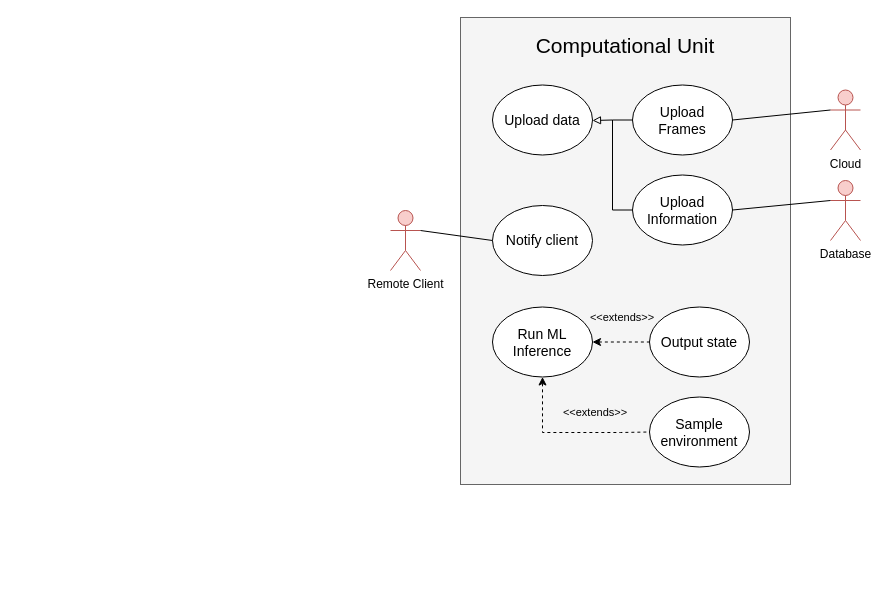
The draw.io diagram 2. Analysis/5. System Analysis/Use Cases/Local/use_cases_local.drawio in esrg-silent-howl/argos, before the edit. Source tidied: cells renumbered, new cells numbered last; positions are measured from the earlier drawing's top-left corner, leaving out a move shared by most shapes. Both pictures are drawn from the tidied source at 100%, with x=0, y=0 at pixel (390, 17).
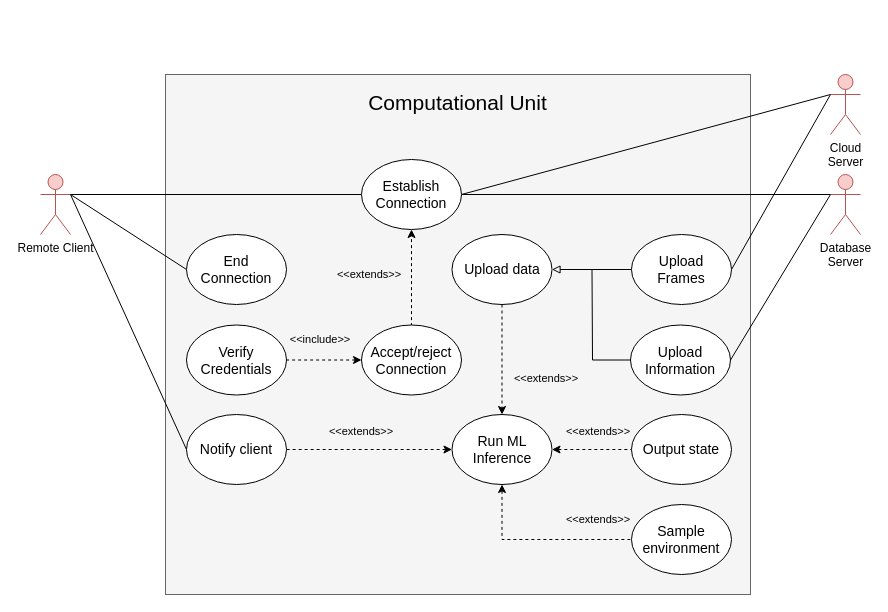
After the change.

Commit message (it also covers changes not shown here):
UPDT: Improvements in the Local System's Use Case Diagram

What changed in the source:
```diff
@@
     <mxCell id="2" value="&lt;span style=&quot;color: rgb(0 , 0 , 0) ; white-space: nowrap&quot;&gt;&lt;font style=&quot;font-size: 21px&quot;&gt;Computational Unit&lt;/font&gt;&lt;/span&gt;" style="rounded=0;whiteSpace=wrap;html=1;fontSize=21;verticalAlign=top;spacingTop=9;fillColor=#f5f5f5;strokeColor=#666666;fontColor=#333333;" parent="1" vertex="1">
-      <mxGeometry x="70" width="330" height="467" as="geometry" />
+      <mxGeometry x="-225" y="57" width="585" height="520" as="geometry" />
     </mxCell>
+    <mxCell id="22" style="rounded=0;jettySize=auto;html=1;exitX=0;exitY=0.3333333333333333;exitDx=0;exitDy=0;exitPerimeter=0;startArrow=none;startFill=0;endArrow=none;endFill=0;entryX=1;entryY=0.5;entryDx=0;entryDy=0;" parent="1" edge="1" source="3" target="31">
+      <mxGeometry relative="1" as="geometry" />
+    </mxCell>
-    <mxCell id="3" value="Cloud" style="shape=umlActor;verticalLabelPosition=bottom;verticalAlign=top;html=1;outlineConnect=0;fillColor=#f8cecc;strokeColor=#b85450;" parent="1" vertex="1">
-      <mxGeometry x="440" y="72.5" width="30" height="60" as="geometry" />
+    <mxCell id="3" value="Cloud&lt;br&gt;Server" style="shape=umlActor;verticalLabelPosition=bottom;verticalAlign=top;html=1;outlineConnect=0;fillColor=#f8cecc;strokeColor=#b85450;" parent="1" vertex="1">
+      <mxGeometry x="440" y="57" width="30" height="60" as="geometry" />
     </mxCell>
+    <mxCell id="23" style="rounded=0;jettySize=auto;html=1;exitX=1;exitY=0.3333333333333333;exitDx=0;exitDy=0;exitPerimeter=0;endArrow=none;endFill=0;entryX=0;entryY=0.5;entryDx=0;entryDy=0;" parent="1" edge="1" source="4" target="31">
+      <mxGeometry relative="1" as="geometry" />
+    </mxCell>
+    <mxCell id="24" style="edgeStyle=none;rounded=0;jettySize=auto;html=1;exitX=1;exitY=0.3333333333333333;exitDx=0;exitDy=0;exitPerimeter=0;endArrow=none;endFill=0;entryX=0;entryY=0.5;entryDx=0;entryDy=0;" parent="1" edge="1" source="4" target="32">
+      <mxGeometry relative="1" as="geometry" />
+    </mxCell>
     <mxCell id="4" value="Remote Client" style="shape=umlActor;verticalLabelPosition=bottom;verticalAlign=top;html=1;outlineConnect=0;fillColor=#f8cecc;strokeColor=#b85450;" parent="1" vertex="1">
-      <mxGeometry y="193" width="30" height="60" as="geometry" />
+      <mxGeometry x="-350" y="157" width="30" height="60" as="geometry" />
     </mxCell>
@@
     <mxCell id="6" value="&amp;lt;&amp;lt;extends&amp;gt;&amp;gt;" style="text;html=1;strokeColor=none;fillColor=none;align=center;verticalAlign=middle;whiteSpace=wrap;rounded=0;fontSize=11;rotation=0;" parent="1" vertex="1">
-      <mxGeometry x="205" y="289.5" width="54" height="20" as="geometry" />
+      <mxGeometry x="180.5" y="403.5" width="54" height="20" as="geometry" />
     </mxCell>
     <mxCell id="7" value="Sample environment" style="ellipse;whiteSpace=wrap;html=1;fontSize=14;" parent="1" vertex="1">
-      <mxGeometry x="259" y="379.5" width="100" height="70" as="geometry" />
+      <mxGeometry x="241" y="487" width="100" height="70" as="geometry" />
     </mxCell>
+    <mxCell id="25" style="edgeStyle=orthogonalEdgeStyle;rounded=0;jettySize=auto;html=1;entryX=0.5;entryY=0;entryDx=0;entryDy=0;dashed=1;" parent="1" edge="1" source="8" target="9">
+      <mxGeometry relative="1" as="geometry" />
+    </mxCell>
     <mxCell id="8" value="Upload data" style="ellipse;whiteSpace=wrap;html=1;fontSize=14;" parent="1" vertex="1">
-      <mxGeometry x="102" y="67.5" width="100" height="70" as="geometry" />
+      <mxGeometry x="61.5" y="217" width="100" height="70" as="geometry" />
     </mxCell>
+    <mxCell id="26" style="edgeStyle=orthogonalEdgeStyle;rounded=0;jettySize=auto;html=1;entryX=1;entryY=0.5;entryDx=0;entryDy=0;dashed=1;startArrow=classic;startFill=1;endArrow=none;endFill=0;" parent="1" edge="1" source="9" target="11">
+      <mxGeometry relative="1" as="geometry" />
+    </mxCell>
     <mxCell id="9" value="Run ML Inference" style="ellipse;whiteSpace=wrap;html=1;fontSize=14;" parent="1" vertex="1">
-      <mxGeometry x="102" y="289.5" width="100" height="70" as="geometry" />
+      <mxGeometry x="61.5" y="397" width="100" height="70" as="geometry" />
     </mxCell>
     <mxCell id="10" value="Output state" style="ellipse;whiteSpace=wrap;html=1;fontSize=14;" parent="1" vertex="1">
-      <mxGeometry x="259" y="289.5" width="100" height="70" as="geometry" />
+      <mxGeometry x="241" y="397" width="100" height="70" as="geometry" />
     </mxCell>
     <mxCell id="11" value="Notify client" style="ellipse;whiteSpace=wrap;html=1;fontSize=14;" parent="1" vertex="1">
-      <mxGeometry x="102" y="188" width="100" height="70" as="geometry" />
+      <mxGeometry x="-204" y="397" width="100" height="70" as="geometry" />
     </mxCell>
+    <mxCell id="27" style="edgeStyle=none;rounded=0;jettySize=auto;html=1;exitX=0;exitY=0.3333333333333333;exitDx=0;exitDy=0;exitPerimeter=0;startArrow=none;startFill=0;endArrow=none;endFill=0;entryX=1;entryY=0.5;entryDx=0;entryDy=0;" parent="1" edge="1" source="12" target="31">
+      <mxGeometry relative="1" as="geometry" />
+    </mxCell>
-    <mxCell id="12" value="Database" style="shape=umlActor;verticalLabelPosition=bottom;verticalAlign=top;html=1;outlineConnect=0;fillColor=#f8cecc;strokeColor=#b85450;" parent="1" vertex="1">
-      <mxGeometry x="440" y="163" width="30" height="60" as="geometry" />
+    <mxCell id="12" value="Database&lt;br&gt;Server" style="shape=umlActor;verticalLabelPosition=bottom;verticalAlign=top;html=1;outlineConnect=0;fillColor=#f8cecc;strokeColor=#b85450;" parent="1" vertex="1">
+      <mxGeometry x="440" y="157" width="30" height="60" as="geometry" />
     </mxCell>
-    <mxCell id="13" style="edgeStyle=none;rounded=0;jettySize=auto;html=1;endArrow=none;endFill=0;fontSize=14;entryX=0;entryY=0.5;entryDx=0;entryDy=0;exitX=1;exitY=0.3333333333333333;exitDx=0;exitDy=0;exitPerimeter=0;" parent="1" edge="1" source="4" target="11">
+    <mxCell id="13" style="rounded=0;jettySize=auto;html=1;endArrow=none;endFill=0;fontSize=14;entryX=0;entryY=0.5;entryDx=0;entryDy=0;exitX=1;exitY=0.3333333333333333;exitDx=0;exitDy=0;exitPerimeter=0;" parent="1" edge="1" source="4" target="11">
       <mxGeometry relative="1" as="geometry" />
     </mxCell>
-    <mxCell id="14" style="edgeStyle=none;rounded=0;jettySize=auto;html=1;endArrow=none;endFill=0;fontSize=14;startArrow=classic;startFill=1;dashed=1;entryX=0;entryY=0.5;entryDx=0;entryDy=0;exitX=0.5;exitY=1;exitDx=0;exitDy=0;" parent="1" edge="1" source="9" target="7">
-      <mxGeometry relative="1" as="geometry">
-        <Array as="points">
-          <mxPoint x="152" y="415" />
-          <mxPoint x="230" y="415" />
-        </Array>
-      </mxGeometry>
+    <mxCell id="14" style="edgeStyle=orthogonalEdgeStyle;rounded=0;jettySize=auto;html=1;endArrow=none;endFill=0;fontSize=14;startArrow=classic;startFill=1;dashed=1;entryX=0;entryY=0.5;entryDx=0;entryDy=0;exitX=0.5;exitY=1;exitDx=0;exitDy=0;" parent="1" edge="1" source="9" target="7">
+      <mxGeometry relative="1" as="geometry" />
     </mxCell>
     <mxCell id="15" value="&amp;lt;&amp;lt;extends&amp;gt;&amp;gt;" style="text;html=1;strokeColor=none;fillColor=none;align=center;verticalAlign=middle;whiteSpace=wrap;rounded=0;fontSize=11;rotation=0;" parent="1" vertex="1">
-      <mxGeometry x="178" y="384.5" width="54" height="20" as="geometry" />
+      <mxGeometry x="180.5" y="492" width="54" height="20" as="geometry" />
     </mxCell>
-    <mxCell id="16" style="edgeStyle=orthogonalEdgeStyle;rounded=0;jettySize=auto;html=1;exitX=0;exitY=0.5;exitDx=0;exitDy=0;entryX=1;entryY=0.5;entryDx=0;entryDy=0;endArrow=block;endFill=0;" parent="1" edge="1" source="17">
-      <mxGeometry relative="1" as="geometry">
-        <mxPoint x="202" y="103" as="targetPoint" />
-        <Array as="points">
-          <mxPoint x="222" y="102.5" />
-        </Array>
-      </mxGeometry>
+    <mxCell id="16" style="edgeStyle=orthogonalEdgeStyle;rounded=0;jettySize=auto;html=1;exitX=0;exitY=0.5;exitDx=0;exitDy=0;endArrow=block;endFill=0;" parent="1" edge="1" source="17" target="8">
+      <mxGeometry relative="1" as="geometry" />
     </mxCell>
     <mxCell id="17" value="Upload &lt;br&gt;Frames" style="ellipse;whiteSpace=wrap;html=1;fontSize=14;" parent="1" vertex="1">
-      <mxGeometry x="242" y="67.5" width="100" height="70" as="geometry" />
+      <mxGeometry x="241" y="217" width="100" height="70" as="geometry" />
     </mxCell>
     <mxCell id="18" style="edgeStyle=orthogonalEdgeStyle;rounded=0;jettySize=auto;html=1;exitX=0;exitY=0.5;exitDx=0;exitDy=0;endArrow=none;endFill=0;" parent="1" edge="1" source="19">
       <mxGeometry relative="1" as="geometry">
-        <mxPoint x="222" y="102.5" as="targetPoint" />
+        <mxPoint x="201.5" y="252.5" as="targetPoint" />
       </mxGeometry>
     </mxCell>
     <mxCell id="19" value="Upload Information" style="ellipse;whiteSpace=wrap;html=1;fontSize=14;" parent="1" vertex="1">
-      <mxGeometry x="242" y="157.5" width="100" height="70" as="geometry" />
+      <mxGeometry x="240" y="307.5" width="100" height="70" as="geometry" />
     </mxCell>
-    <mxCell id="20" style="edgeStyle=none;rounded=0;jettySize=auto;html=1;endArrow=none;endFill=0;fontSize=14;exitX=0;exitY=0.3333333333333333;exitDx=0;exitDy=0;exitPerimeter=0;entryX=1;entryY=0.5;entryDx=0;entryDy=0;" parent="1" edge="1" source="3" target="17">
+    <mxCell id="20" style="rounded=0;jettySize=auto;html=1;endArrow=none;endFill=0;fontSize=14;exitX=0;exitY=0.3333333333333333;exitDx=0;exitDy=0;exitPerimeter=0;entryX=1;entryY=0.5;entryDx=0;entryDy=0;" parent="1" edge="1" source="3" target="17">
       <mxGeometry relative="1" as="geometry" />
     </mxCell>
-    <mxCell id="21" style="edgeStyle=none;rounded=0;jettySize=auto;html=1;endArrow=none;endFill=0;fontSize=14;exitX=0;exitY=0.3333333333333333;exitDx=0;exitDy=0;exitPerimeter=0;entryX=1;entryY=0.5;entryDx=0;entryDy=0;" parent="1" edge="1" source="12" target="19">
+    <mxCell id="21" style="rounded=0;jettySize=auto;html=1;endArrow=none;endFill=0;fontSize=14;exitX=0;exitY=0.3333333333333333;exitDx=0;exitDy=0;exitPerimeter=0;entryX=1;entryY=0.5;entryDx=0;entryDy=0;" parent="1" edge="1" source="12" target="19">
       <mxGeometry relative="1" as="geometry" />
     </mxCell>
+    <mxCell id="28" value="&amp;lt;&amp;lt;extends&amp;gt;&amp;gt;" style="text;html=1;strokeColor=none;fillColor=none;align=center;verticalAlign=middle;whiteSpace=wrap;rounded=0;fontSize=11;rotation=0;" parent="1" vertex="1">
+      <mxGeometry x="128.5" y="351" width="54" height="20" as="geometry" />
+    </mxCell>
+    <mxCell id="29" value="&amp;lt;&amp;lt;extends&amp;gt;&amp;gt;" style="text;html=1;strokeColor=none;fillColor=none;align=center;verticalAlign=middle;whiteSpace=wrap;rounded=0;fontSize=11;rotation=0;" parent="1" vertex="1">
+      <mxGeometry x="-56" y="403.5" width="54" height="20" as="geometry" />
+    </mxCell>
+    <mxCell id="30" style="edgeStyle=orthogonalEdgeStyle;rounded=0;jettySize=auto;html=1;endArrow=none;endFill=0;dashed=1;startArrow=classic;startFill=1;entryX=0.5;entryY=0;entryDx=0;entryDy=0;exitX=0.5;exitY=1;exitDx=0;exitDy=0;" parent="1" edge="1" source="31" target="34">
+      <mxGeometry relative="1" as="geometry">
+        <Array as="points">
+          <mxPoint x="21" y="217" />
+          <mxPoint x="21" y="217" />
+        </Array>
+      </mxGeometry>
+    </mxCell>
+    <mxCell id="31" value="Establish Connection" style="ellipse;whiteSpace=wrap;html=1;fontSize=14;" parent="1" vertex="1">
+      <mxGeometry x="-29" y="142" width="100" height="70" as="geometry" />
+    </mxCell>
+    <mxCell id="32" value="End Connection" style="ellipse;whiteSpace=wrap;html=1;fontSize=14;" parent="1" vertex="1">
+      <mxGeometry x="-204" y="217" width="100" height="70" as="geometry" />
+    </mxCell>
+    <mxCell id="33" style="edgeStyle=orthogonalEdgeStyle;rounded=0;jettySize=auto;html=1;endArrow=none;endFill=0;dashed=1;startArrow=classic;startFill=1;" parent="1" edge="1" source="34" target="35">
+      <mxGeometry relative="1" as="geometry" />
+    </mxCell>
+    <mxCell id="34" value="Accept/reject Connection" style="ellipse;whiteSpace=wrap;html=1;fontSize=14;" parent="1" vertex="1">
+      <mxGeometry x="-29" y="307.5" width="100" height="70" as="geometry" />
+    </mxCell>
+    <mxCell id="35" value="Verify Credentials" style="ellipse;whiteSpace=wrap;html=1;fontSize=14;" parent="1" vertex="1">
+      <mxGeometry x="-204" y="307.5" width="100" height="70" as="geometry" />
+    </mxCell>
+    <mxCell id="36" value="&amp;lt;&amp;lt;extends&amp;gt;&amp;gt;" style="text;html=1;strokeColor=none;fillColor=none;align=center;verticalAlign=middle;whiteSpace=wrap;rounded=0;fontSize=11;rotation=0;" parent="1" vertex="1">
+      <mxGeometry x="-48.5" y="247" width="54" height="20" as="geometry" />
+    </mxCell>
+    <mxCell id="37" value="&amp;lt;&amp;lt;include&amp;gt;&amp;gt;" style="text;html=1;strokeColor=none;fillColor=none;align=center;verticalAlign=middle;whiteSpace=wrap;rounded=0;fontSize=11;rotation=0;" parent="1" vertex="1">
+      <mxGeometry x="-97.5" y="312" width="54" height="20" as="geometry" />
+    </mxCell>
```
